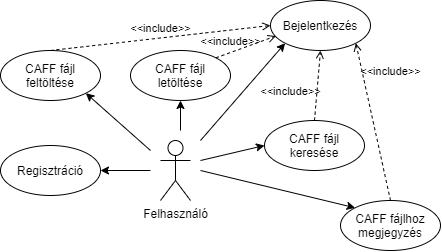
The draw.io diagram design/drawio/userUseCases.png in Frydraca/SzBiztonsagHF-C-Sec, before a commit. Source tidied: cells renumbered, new cells last; positions are measured from the earlier drawing's top-left corner, leaving out a move shared by most shapes.
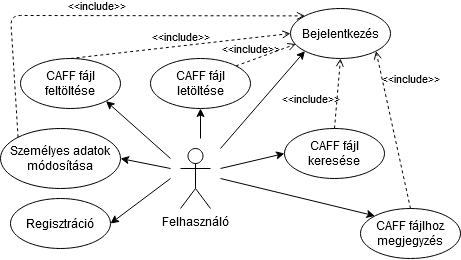
The same file after the commit.

Commit message:
Added "Személyes adatok módosítása" to userUseCases

What changed in the source:
```diff
@@ -9,7 +9,7 @@
       <mxGeometry x="270" width="100" height="50" as="geometry" />
     </mxCell>
     <mxCell id="4" value="Regisztráció" style="ellipse;whiteSpace=wrap;html=1;" parent="1" vertex="1">
-      <mxGeometry y="145" width="100" height="50" as="geometry" />
+      <mxGeometry x="-10" y="190" width="100" height="50" as="geometry" />
     </mxCell>
     <mxCell id="5" value="CAFF fájl feltöltése" style="ellipse;whiteSpace=wrap;html=1;" parent="1" vertex="1">
       <mxGeometry y="50" width="100" height="50" as="geometry" />
@@ -65,5 +65,20 @@
     <mxCell id="18" value="&amp;lt;&amp;lt;include&amp;gt;&amp;gt;" style="edgeStyle=none;html=1;endArrow=open;verticalAlign=bottom;dashed=1;labelBackgroundColor=none;exitX=0.5;exitY=0;exitDx=0;exitDy=0;entryX=1;entryY=1;entryDx=0;entryDy=0;" parent="1" edge="1" source="7" target="3">
       <mxGeometry x="0.45" y="-26" relative="1" as="geometry" />
     </mxCell>
+    <mxCell id="19" value="Személyes adatok módosítása" style="ellipse;whiteSpace=wrap;html=1;" parent="1" vertex="1">
+      <mxGeometry x="-20" y="120" width="120" height="60" as="geometry" />
+    </mxCell>
+    <mxCell id="20" style="endArrow=classic;html=1;entryX=1;entryY=0.5;entryDx=0;entryDy=0;" parent="1" edge="1" target="19">
+      <mxGeometry relative="1" as="geometry">
+        <mxPoint x="150" y="160" as="sourcePoint" />
+      </mxGeometry>
+    </mxCell>
+    <mxCell id="21" value="&amp;lt;&amp;lt;include&amp;gt;&amp;gt;" style="edgeStyle=none;html=1;endArrow=open;verticalAlign=bottom;dashed=1;labelBackgroundColor=none;exitX=0;exitY=0;exitDx=0;exitDy=0;entryX=0;entryY=0;entryDx=0;entryDy=0;" parent="1" edge="1" source="19" target="3">
+      <mxGeometry relative="1" as="geometry">
+        <Array as="points">
+          <mxPoint x="-10" y="7" />
+        </Array>
+      </mxGeometry>
+    </mxCell>
   </root>
 </mxGraphModel>
```
